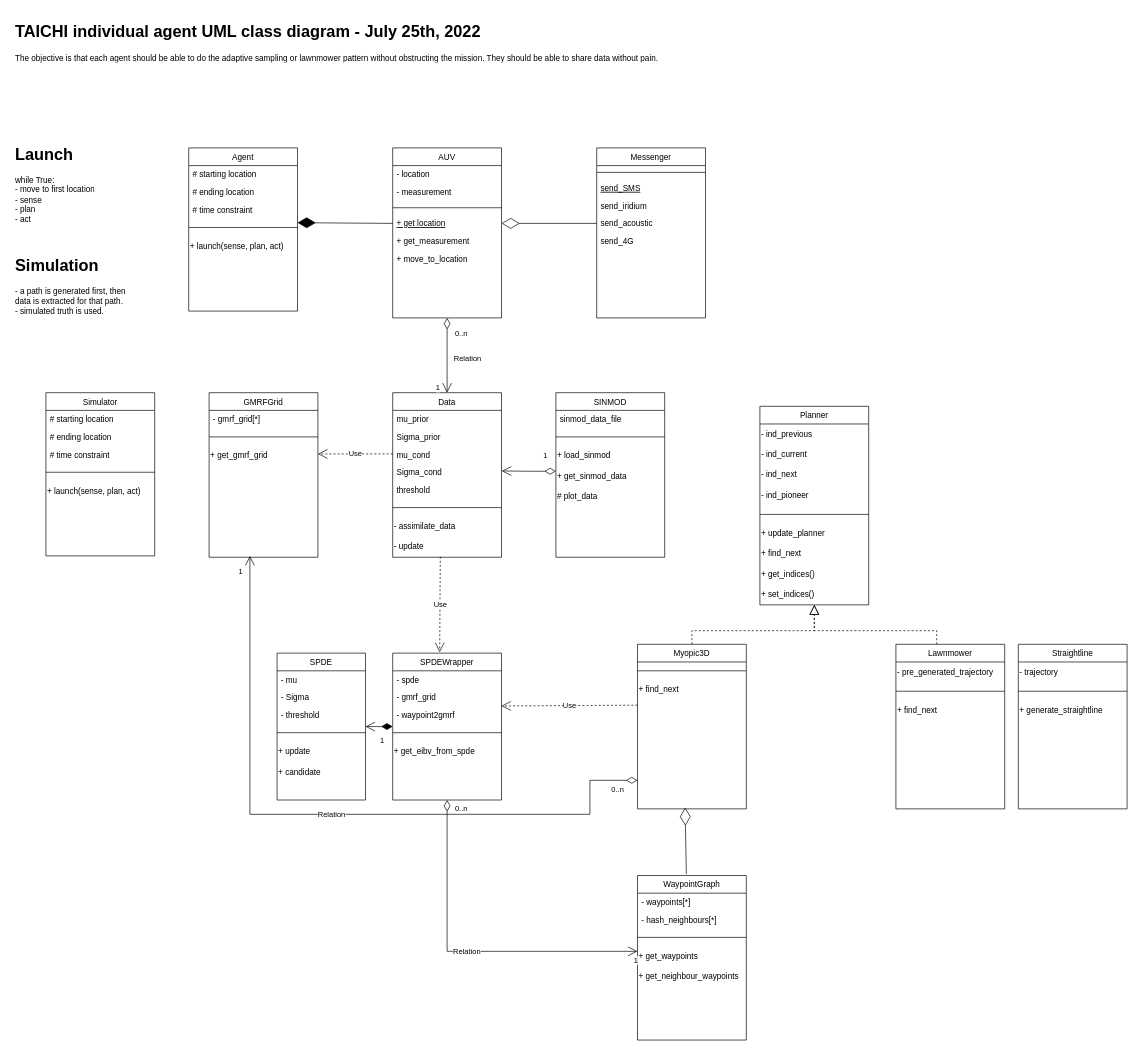
MASCOT-NTNU/TAICHI keeps this draw.io diagram as SystemDesign/TAICHI_UML_Class.drawio. Above is the earlier version. Source tidied: cells renumbered, new cells numbered last; positions are measured from the earlier drawing's top-left corner, leaving out a move shared by most shapes. Both pictures are drawn from the tidied source at 68%, with x=0, y=0 at pixel (12, 18).
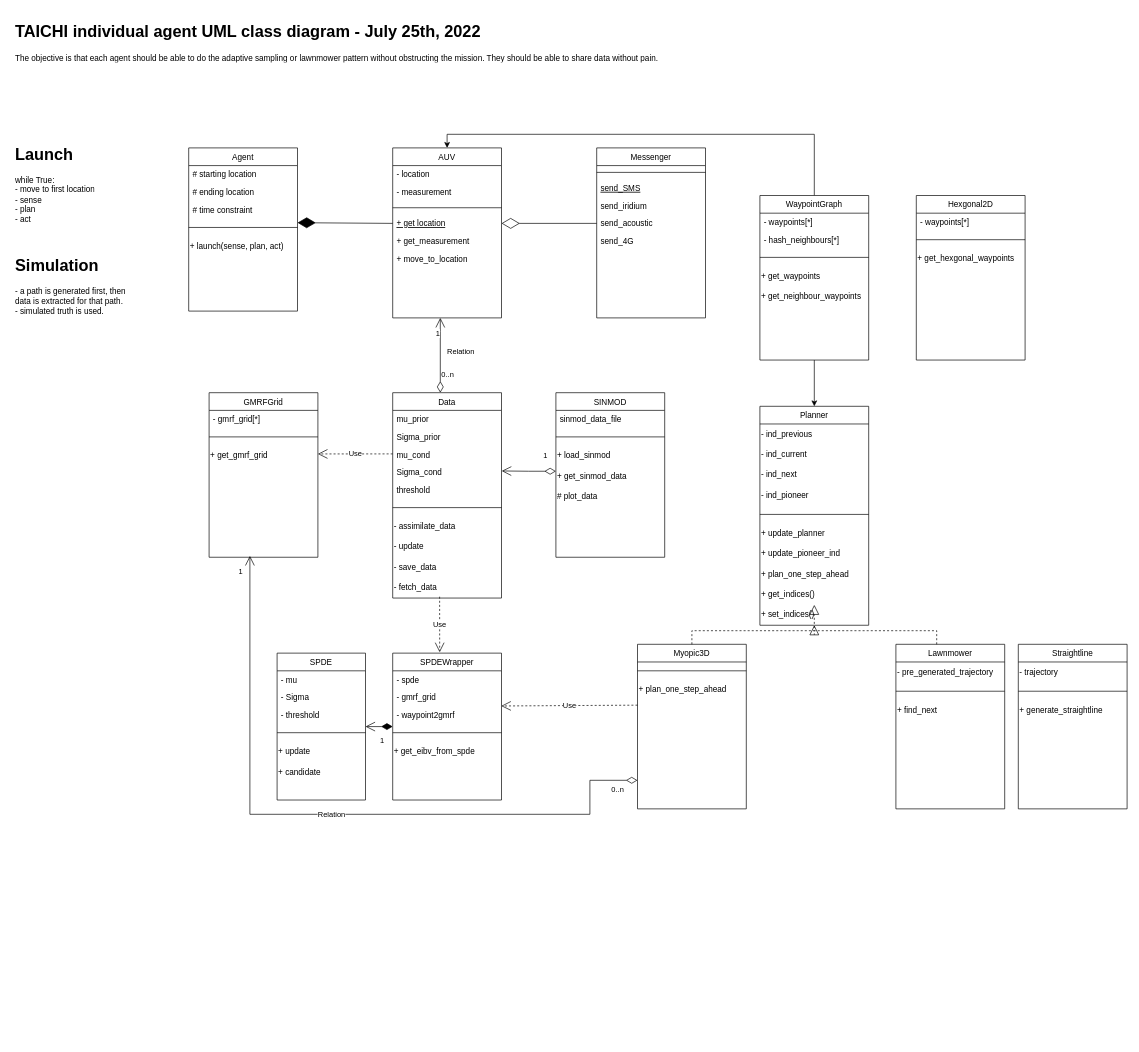
The same page after the edit.

The change refers to these unchanged cells:
```xml
<mxCell id="8" value="AUV" style="swimlane;fontStyle=0;align=center;verticalAlign=top;horizontal=1;startSize=26;rounded=0;shadow=0;strokeWidth=1;" parent="1" vertex="1">
  <mxGeometry x="560" y="190" width="160" height="250" as="geometry" />
</mxCell>
<mxCell id="32" value="Myopic3D" style="swimlane;fontStyle=0;align=center;verticalAlign=top;horizontal=1;startSize=26;rounded=0;shadow=0;strokeWidth=1;" parent="1" vertex="1">
  <mxGeometry x="920" y="920" width="160" height="242" as="geometry" />
</mxCell>
<mxCell id="81" value="SPDEWrapper" style="swimlane;fontStyle=0;align=center;verticalAlign=top;horizontal=1;startSize=26;rounded=0;shadow=0;strokeWidth=1;" parent="1" vertex="1">
  <mxGeometry x="560" y="933" width="160" height="216" as="geometry" />
</mxCell>
```

Diff of the diagram source:
```diff
@@
     <mxCell id="23" value="Data" style="swimlane;fontStyle=0;align=center;verticalAlign=top;horizontal=1;startSize=26;rounded=0;shadow=0;strokeWidth=1;" parent="1" vertex="1">
-      <mxGeometry x="560" y="550" width="160" height="242" as="geometry" />
+      <mxGeometry x="560" y="550" width="160" height="302" as="geometry" />
     </mxCell>
@@
+    <mxCell id="108" value="- save_data" style="text;html=1;strokeColor=none;fillColor=none;align=left;verticalAlign=middle;whiteSpace=wrap;rounded=0;" parent="23" vertex="1">
+      <mxGeometry y="242" width="160" height="30" as="geometry" />
+    </mxCell>
+    <mxCell id="109" value="- fetch_data" style="text;html=1;strokeColor=none;fillColor=none;align=left;verticalAlign=middle;whiteSpace=wrap;rounded=0;" parent="23" vertex="1">
+      <mxGeometry y="272" width="160" height="30" as="geometry" />
+    </mxCell>
@@
-    <mxCell id="34" value="+ find_next" style="text;html=1;strokeColor=none;fillColor=none;align=left;verticalAlign=middle;whiteSpace=wrap;rounded=0;" parent="32" vertex="1">
+    <mxCell id="34" value="+ plan_one_step_ahead" style="text;html=1;strokeColor=none;fillColor=none;align=left;verticalAlign=middle;whiteSpace=wrap;rounded=0;" parent="32" vertex="1">
       <mxGeometry y="52" width="160" height="30" as="geometry" />
     </mxCell>
@@
-    <mxCell id="41" value="WaypointGraph" style="swimlane;fontStyle=0;align=center;verticalAlign=top;horizontal=1;startSize=26;rounded=0;shadow=0;strokeWidth=1;" parent="1" vertex="1">
-      <mxGeometry x="920" y="1260" width="160" height="242" as="geometry" />
-    </mxCell>
-    <mxCell id="42" value="- waypoints[*]" style="text;align=left;verticalAlign=top;spacingLeft=4;spacingRight=4;overflow=hidden;rounded=0;shadow=0;html=0;" parent="41" vertex="1">
-      <mxGeometry y="26" width="160" height="26" as="geometry" />
-    </mxCell>
-    <mxCell id="43" value="- hash_neighbours[*]" style="text;align=left;verticalAlign=top;spacingLeft=4;spacingRight=4;overflow=hidden;rounded=0;shadow=0;html=0;" parent="41" vertex="1">
-      <mxGeometry y="52" width="160" height="26" as="geometry" />
-    </mxCell>
-    <mxCell id="44" style="line;html=1;strokeWidth=1;align=left;verticalAlign=middle;spacingTop=-1;spacingLeft=3;spacingRight=3;labelPosition=right;" parent="41" vertex="1">
-      <mxGeometry y="78" width="160" height="26" as="geometry" />
-    </mxCell>
-    <mxCell id="45" value="+ get_waypoints" style="text;html=1;strokeColor=none;fillColor=none;align=left;verticalAlign=middle;whiteSpace=wrap;rounded=0;" parent="41" vertex="1">
-      <mxGeometry y="104" width="160" height="30" as="geometry" />
-    </mxCell>
-    <mxCell id="46" value="+ get_neighbour_waypoints" style="text;html=1;strokeColor=none;fillColor=none;align=left;verticalAlign=middle;whiteSpace=wrap;rounded=0;" parent="41" vertex="1">
-      <mxGeometry y="134" width="160" height="30" as="geometry" />
-    </mxCell>
@@
     <mxCell id="51" value="Planner" style="swimlane;fontStyle=0;align=center;verticalAlign=top;horizontal=1;startSize=26;rounded=0;shadow=0;strokeWidth=1;" parent="1" vertex="1">
-      <mxGeometry x="1100" y="570" width="160" height="292" as="geometry" />
+      <mxGeometry x="1100" y="570" width="160" height="322" as="geometry" />
     </mxCell>
@@
+    <mxCell id="110" value="+ update_pioneer_ind" style="text;html=1;strokeColor=none;fillColor=none;align=left;verticalAlign=middle;whiteSpace=wrap;rounded=0;" parent="51" vertex="1">
+      <mxGeometry y="202" width="160" height="30" as="geometry" />
+    </mxCell>
-    <mxCell id="58" value="+ find_next" style="text;html=1;strokeColor=none;fillColor=none;align=left;verticalAlign=middle;whiteSpace=wrap;rounded=0;" parent="51" vertex="1">
-      <mxGeometry y="202" width="160" height="30" as="geometry" />
+    <mxCell id="58" value="+ plan_one_step_ahead" style="text;html=1;strokeColor=none;fillColor=none;align=left;verticalAlign=middle;whiteSpace=wrap;rounded=0;" parent="51" vertex="1">
+      <mxGeometry y="232" width="160" height="30" as="geometry" />
     </mxCell>
     <mxCell id="59" value="+ get_indices()" style="text;html=1;strokeColor=none;fillColor=none;align=left;verticalAlign=middle;whiteSpace=wrap;rounded=0;" parent="51" vertex="1">
-      <mxGeometry y="232" width="160" height="30" as="geometry" />
+      <mxGeometry y="262" width="160" height="30" as="geometry" />
     </mxCell>
     <mxCell id="60" value="+ set_indices()" style="text;html=1;strokeColor=none;fillColor=none;align=left;verticalAlign=middle;whiteSpace=wrap;rounded=0;" parent="51" vertex="1">
-      <mxGeometry y="262" width="160" height="30" as="geometry" />
+      <mxGeometry y="292" width="160" height="30" as="geometry" />
     </mxCell>
@@
-    <mxCell id="68" value="Relation" style="endArrow=open;html=1;endSize=12;startArrow=diamondThin;startSize=14;startFill=0;edgeStyle=orthogonalEdgeStyle;rounded=0;exitX=0.5;exitY=1;exitDx=0;exitDy=0;entryX=0.5;entryY=0;entryDx=0;entryDy=0;" parent="1" edge="1" source="8" target="23">
-      <mxGeometry x="0.09" y="30" relative="1" as="geometry" />
-    </mxCell>
-    <mxCell id="69" value="0..n" style="edgeLabel;html=1;align=left;verticalAlign=top;" parent="68" vertex="1">
-      <mxGeometry x="-1" relative="1" as="geometry">
-        <mxPoint x="10" y="10" as="offset" />
-      </mxGeometry>
-    </mxCell>
-    <mxCell id="70" value="1" style="edgeLabel;html=1;align=right;verticalAlign=top;" parent="68" vertex="1">
-      <mxGeometry x="1" relative="1" as="geometry">
-        <mxPoint x="-10" y="-20" as="offset" />
-      </mxGeometry>
-    </mxCell>
@@
     <mxCell id="73" value="Use" style="endArrow=open;endSize=12;dashed=1;html=1;rounded=0;entryX=0.432;entryY=-0.006;entryDx=0;entryDy=0;entryPerimeter=0;" parent="1" edge="1">
       <mxGeometry relative="1" as="geometry">
-        <mxPoint x="630" y="791.1" as="sourcePoint" />
+        <mxPoint x="629" y="850" as="sourcePoint" />
         <mxPoint x="629.1" y="931.7" as="targetPoint" />
       </mxGeometry>
     </mxCell>
@@
-    <mxCell id="95" value="Relation" style="endArrow=open;html=1;endSize=12;startArrow=diamondThin;startSize=14;startFill=0;edgeStyle=orthogonalEdgeStyle;rounded=0;entryX=0;entryY=0.25;entryDx=0;entryDy=0;exitX=0.5;exitY=1;exitDx=0;exitDy=0;" parent="1" edge="1" source="81" target="45">
-      <mxGeometry relative="1" as="geometry" />
-    </mxCell>
-    <mxCell id="96" value="0..n" style="edgeLabel;html=1;align=left;verticalAlign=top;" parent="95" vertex="1">
-      <mxGeometry x="-1" relative="1" as="geometry">
-        <mxPoint x="10" as="offset" />
-      </mxGeometry>
-    </mxCell>
-    <mxCell id="97" value="1" style="edgeLabel;html=1;align=right;verticalAlign=top;" parent="95" vertex="1">
-      <mxGeometry x="1" relative="1" as="geometry" />
-    </mxCell>
@@
-    <mxCell id="99" style="endArrow=diamondThin;endFill=0;endSize=24;html=1;rounded=0;exitX=0.449;exitY=-0.008;exitDx=0;exitDy=0;exitPerimeter=0;" parent="1" edge="1" source="41">
-      <mxGeometry relative="1" as="geometry">
-        <mxPoint x="990" y="1160" as="targetPoint" />
-      </mxGeometry>
-    </mxCell>
@@
-    <mxCell id="101" value="Simulator" style="swimlane;fontStyle=0;align=center;verticalAlign=top;horizontal=1;startSize=26;rounded=0;shadow=0;strokeWidth=1;" parent="1" vertex="1">
-      <mxGeometry x="50" y="550" width="160" height="240" as="geometry" />
-    </mxCell>
-    <mxCell id="102" value="# starting location" style="text;align=left;verticalAlign=top;spacingLeft=4;spacingRight=4;overflow=hidden;" parent="101" vertex="1">
-      <mxGeometry y="26" width="160" height="26" as="geometry" />
-    </mxCell>
-    <mxCell id="103" value="# ending location" style="text;align=left;verticalAlign=top;spacingLeft=4;spacingRight=4;overflow=hidden;rounded=0;shadow=0;html=0;" parent="101" vertex="1">
-      <mxGeometry y="52" width="160" height="26" as="geometry" />
-    </mxCell>
-    <mxCell id="104" value="# time constraint" style="text;align=left;verticalAlign=top;spacingLeft=4;spacingRight=4;overflow=hidden;rounded=0;shadow=0;html=0;" parent="101" vertex="1">
-      <mxGeometry y="78" width="160" height="26" as="geometry" />
-    </mxCell>
-    <mxCell id="105" style="line;html=1;strokeWidth=1;align=left;verticalAlign=middle;spacingTop=-1;spacingLeft=3;spacingRight=3;labelPosition=right;" parent="101" vertex="1">
-      <mxGeometry y="104" width="160" height="26" as="geometry" />
-    </mxCell>
-    <mxCell id="106" value="+ launch(sense, plan, act)" style="text;html=1;strokeColor=none;fillColor=none;align=left;verticalAlign=middle;whiteSpace=wrap;rounded=0;" parent="101" vertex="1">
-      <mxGeometry y="130" width="160" height="30" as="geometry" />
-    </mxCell>
@@
+    <mxCell id="111" value="Relation" style="endArrow=open;html=1;endSize=12;startArrow=diamondThin;startSize=14;startFill=0;edgeStyle=orthogonalEdgeStyle;rounded=0;" parent="1" edge="1">
+      <mxGeometry x="0.09" y="-30" relative="1" as="geometry">
+        <mxPoint x="630" y="550" as="sourcePoint" />
+        <mxPoint x="630" y="440" as="targetPoint" />
+        <Array as="points">
+          <mxPoint x="630" y="460" />
+        </Array>
+      </mxGeometry>
+    </mxCell>
+    <mxCell id="112" value="0..n" style="edgeLabel;html=1;align=left;verticalAlign=top;" parent="111" vertex="1">
+      <mxGeometry x="-1" relative="1" as="geometry">
+        <mxPoint y="-40" as="offset" />
+      </mxGeometry>
+    </mxCell>
+    <mxCell id="113" value="1" style="edgeLabel;html=1;align=right;verticalAlign=top;" parent="111" vertex="1">
+      <mxGeometry x="1" relative="1" as="geometry">
+        <mxPoint y="10" as="offset" />
+      </mxGeometry>
+    </mxCell>
+    <mxCell id="114" style="edgeStyle=orthogonalEdgeStyle;rounded=0;jettySize=auto;html=1;" parent="1" edge="1" source="41" target="51">
+      <mxGeometry relative="1" as="geometry" />
+    </mxCell>
+    <mxCell id="115" style="edgeStyle=orthogonalEdgeStyle;rounded=0;jettySize=auto;html=1;entryX=0.5;entryY=0;entryDx=0;entryDy=0;" parent="1" edge="1" source="41" target="8">
+      <mxGeometry relative="1" as="geometry">
+        <Array as="points">
+          <mxPoint x="1180" y="170" />
+          <mxPoint x="640" y="170" />
+        </Array>
+      </mxGeometry>
+    </mxCell>
+    <mxCell id="41" value="WaypointGraph" style="swimlane;fontStyle=0;align=center;verticalAlign=top;horizontal=1;startSize=26;rounded=0;shadow=0;strokeWidth=1;" parent="1" vertex="1">
+      <mxGeometry x="1100" y="260" width="160" height="242" as="geometry" />
+    </mxCell>
+    <mxCell id="116" value="- waypoints[*]" style="text;align=left;verticalAlign=top;spacingLeft=4;spacingRight=4;overflow=hidden;rounded=0;shadow=0;html=0;" parent="41" vertex="1">
+      <mxGeometry y="26" width="160" height="26" as="geometry" />
+    </mxCell>
+    <mxCell id="43" value="- hash_neighbours[*]" style="text;align=left;verticalAlign=top;spacingLeft=4;spacingRight=4;overflow=hidden;rounded=0;shadow=0;html=0;" parent="41" vertex="1">
+      <mxGeometry y="52" width="160" height="26" as="geometry" />
+    </mxCell>
+    <mxCell id="44" style="line;html=1;strokeWidth=1;align=left;verticalAlign=middle;spacingTop=-1;spacingLeft=3;spacingRight=3;labelPosition=right;" parent="41" vertex="1">
+      <mxGeometry y="78" width="160" height="26" as="geometry" />
+    </mxCell>
+    <mxCell id="45" value="+ get_waypoints" style="text;html=1;strokeColor=none;fillColor=none;align=left;verticalAlign=middle;whiteSpace=wrap;rounded=0;" parent="41" vertex="1">
+      <mxGeometry y="104" width="160" height="30" as="geometry" />
+    </mxCell>
+    <mxCell id="46" value="+ get_neighbour_waypoints" style="text;html=1;strokeColor=none;fillColor=none;align=left;verticalAlign=middle;whiteSpace=wrap;rounded=0;" parent="41" vertex="1">
+      <mxGeometry y="134" width="160" height="30" as="geometry" />
+    </mxCell>
+    <mxCell id="117" value="Hexgonal2D" style="swimlane;fontStyle=0;align=center;verticalAlign=top;horizontal=1;startSize=26;rounded=0;shadow=0;strokeWidth=1;" parent="1" vertex="1">
+      <mxGeometry x="1330" y="260" width="160" height="242" as="geometry" />
+    </mxCell>
+    <mxCell id="118" value="- waypoints[*]" style="text;align=left;verticalAlign=top;spacingLeft=4;spacingRight=4;overflow=hidden;rounded=0;shadow=0;html=0;" parent="117" vertex="1">
+      <mxGeometry y="26" width="160" height="26" as="geometry" />
+    </mxCell>
+    <mxCell id="119" style="line;html=1;strokeWidth=1;align=left;verticalAlign=middle;spacingTop=-1;spacingLeft=3;spacingRight=3;labelPosition=right;" parent="117" vertex="1">
+      <mxGeometry y="52" width="160" height="26" as="geometry" />
+    </mxCell>
+    <mxCell id="120" value="+ get_hexgonal_waypoints" style="text;html=1;strokeColor=none;fillColor=none;align=left;verticalAlign=middle;whiteSpace=wrap;rounded=0;" parent="117" vertex="1">
+      <mxGeometry y="78" width="160" height="30" as="geometry" />
+    </mxCell>
```
